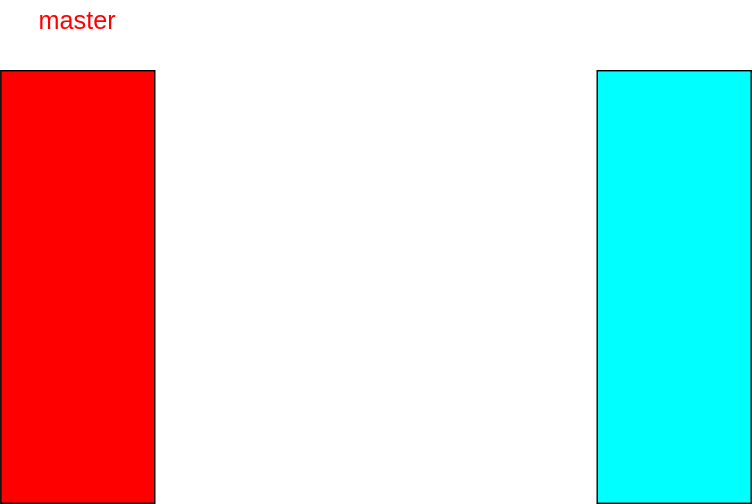
Above: JAVA/Redis集群主从复制原理.drawio.svg in acttq/draw (draw.io), before the change. Source tidied: cells renumbered, new cells last; positions are measured from the earlier drawing's top-left corner, leaving out a move shared by most shapes.
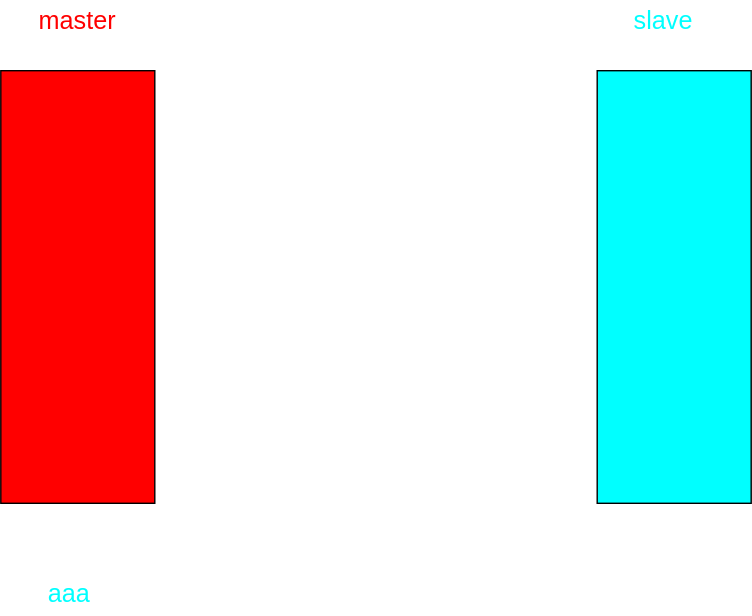
The same diagram one commit later.

Commit message:
更新Redis集群主从复制原理.drawio.svg

The edit, as a diff of the source:
```diff
@@ -11,5 +11,11 @@
     <mxCell id="4" value="master" style="text;html=1;strokeColor=none;fillColor=none;align=center;verticalAlign=middle;whiteSpace=wrap;rounded=0;fontFamily=Helvetica;fontSize=18;fontColor=#FF0000;" parent="1" vertex="1">
       <mxGeometry x="25" width="60" height="30" as="geometry" />
     </mxCell>
+    <mxCell id="5" value="&lt;font color=&quot;#00FFFF&quot;&gt;slave&lt;/font&gt;" style="text;html=1;align=center;verticalAlign=middle;strokeColor=none;fillColor=none;fontSize=18;fontFamily=Helvetica;fontColor=#FF0000;" parent="1" vertex="1">
+      <mxGeometry x="447" y="2" width="52" height="26" as="geometry" />
+    </mxCell>
+    <mxCell id="6" value="aaa" style="text;html=1;strokeColor=none;fillColor=none;align=center;verticalAlign=middle;whiteSpace=wrap;rounded=0;fontFamily=Helvetica;fontSize=18;fontColor=#00FFFF;" parent="1" vertex="1">
+      <mxGeometry x="19" y="409" width="60" height="30" as="geometry" />
+    </mxCell>
   </root>
 </mxGraphModel>
```
